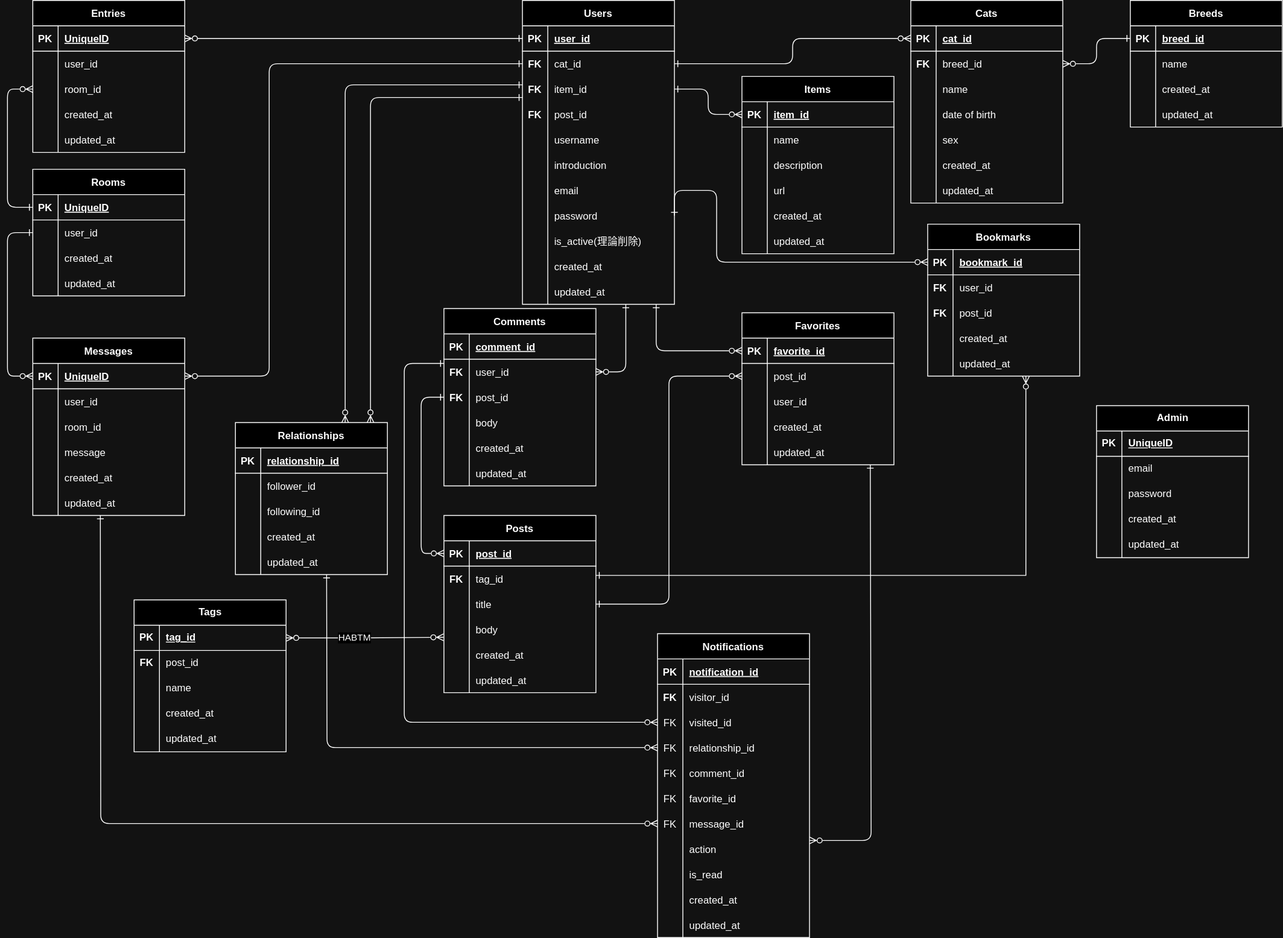
Before: app/assets/images/portforio101.drawio.svg, a diagram exported from draw.io (Tsmore/Portfolio101). Source tidied: cells renumbered, new cells last; positions are measured from the earlier drawing's top-left corner, leaving out a move shared by most shapes.
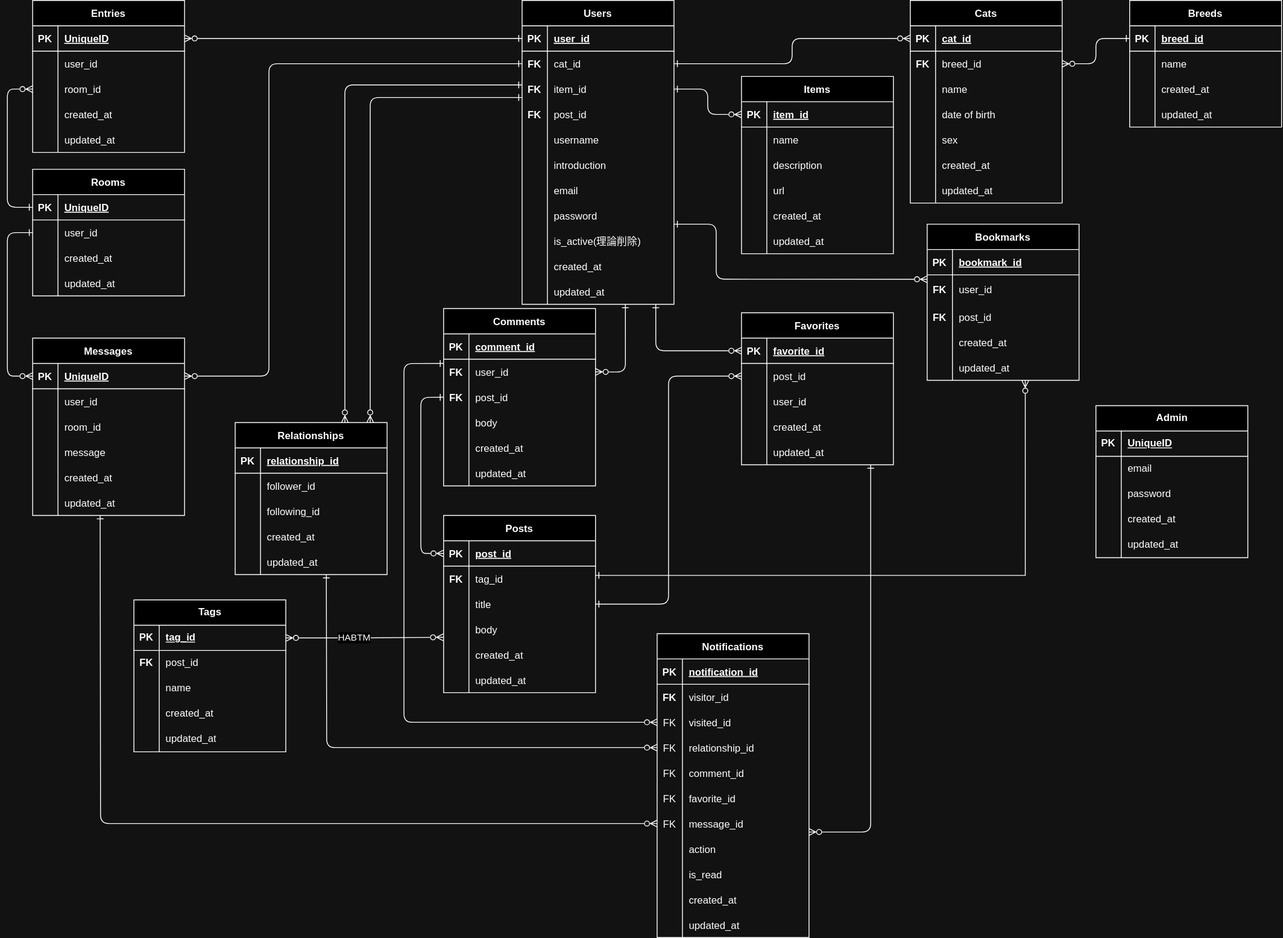
Above is the later version.

Commit message:
[fix] ER図の微調整

The edit, as a diff of the source:
```diff
@@ -579,7 +579,7 @@
       <mxGeometry x="30" width="150" height="30" as="geometry" />
     </mxCell>
     <mxCell id="194" value="Bookmarks" style="shape=table;startSize=30;rowLines=0;fontStyle=1;align=center;" parent="1" vertex="1">
-      <mxGeometry x="1090" y="265" width="180" height="180" as="geometry" />
+      <mxGeometry x="1090" y="265" width="180" height="185" as="geometry" />
     </mxCell>
     <mxCell id="195" style="shape=tableRow;horizontal=0;startSize=0;swimlaneHead=0;swimlaneBody=0;fillColor=none;points=[[0,0.5],[1,0.5]];portConstraint=eastwest;top=0;left=0;right=0;bottom=1;" parent="194" vertex="1">
       <mxGeometry y="30" width="180" height="30" as="geometry" />
@@ -591,16 +591,16 @@
       <mxGeometry x="30" width="150" height="30" as="geometry" />
     </mxCell>
     <mxCell id="198" style="shape=tableRow;horizontal=0;startSize=0;swimlaneHead=0;swimlaneBody=0;fillColor=none;points=[[0,0.5],[1,0.5]];portConstraint=eastwest;top=0;left=0;right=0;bottom=0;" parent="194" vertex="1">
-      <mxGeometry y="60" width="180" height="30" as="geometry" />
+      <mxGeometry y="60" width="180" height="35" as="geometry" />
     </mxCell>
     <mxCell id="199" value="FK" style="shape=partialRectangle;fillColor=none;top=0;left=0;bottom=0;right=0;overflow=hidden;fontStyle=1;" parent="198" vertex="1">
-      <mxGeometry width="30" height="30" as="geometry" />
+      <mxGeometry width="30" height="35" as="geometry" />
     </mxCell>
     <mxCell id="200" value="user_id" style="shape=partialRectangle;fillColor=none;top=0;left=0;bottom=0;right=0;align=left;spacingLeft=6;overflow=hidden;" parent="198" vertex="1">
-      <mxGeometry x="30" width="150" height="30" as="geometry" />
+      <mxGeometry x="30" width="150" height="35" as="geometry" />
     </mxCell>
     <mxCell id="201" style="shape=tableRow;horizontal=0;startSize=0;swimlaneHead=0;swimlaneBody=0;fillColor=none;top=0;left=0;right=0;bottom=0;" parent="194" vertex="1">
-      <mxGeometry y="90" width="180" height="30" as="geometry" />
+      <mxGeometry y="95" width="180" height="30" as="geometry" />
     </mxCell>
     <mxCell id="202" value="FK" style="shape=partialRectangle;fillColor=none;top=0;left=0;bottom=0;right=0;overflow=hidden;fontStyle=1;" parent="201" vertex="1">
       <mxGeometry width="30" height="30" as="geometry" />
@@ -609,7 +609,7 @@
       <mxGeometry x="30" width="150" height="30" as="geometry" />
     </mxCell>
     <mxCell id="204" style="shape=tableRow;horizontal=0;startSize=0;swimlaneHead=0;swimlaneBody=0;fillColor=none;top=0;left=0;right=0;bottom=0;" parent="194" vertex="1">
-      <mxGeometry y="120" width="180" height="30" as="geometry" />
+      <mxGeometry y="125" width="180" height="30" as="geometry" />
     </mxCell>
     <mxCell id="205" style="shape=partialRectangle;fillColor=none;top=0;left=0;bottom=0;right=0;overflow=hidden;fontStyle=1;" parent="204" vertex="1">
       <mxGeometry width="30" height="30" as="geometry" />
@@ -618,7 +618,7 @@
       <mxGeometry x="30" width="150" height="30" as="geometry" />
     </mxCell>
     <mxCell id="207" style="shape=tableRow;horizontal=0;startSize=0;swimlaneHead=0;swimlaneBody=0;fillColor=none;points=[[0,0.5],[1,0.5]];portConstraint=eastwest;top=0;left=0;right=0;bottom=0;" parent="194" vertex="1">
-      <mxGeometry y="150" width="180" height="30" as="geometry" />
+      <mxGeometry y="155" width="180" height="30" as="geometry" />
     </mxCell>
     <mxCell id="208" style="shape=partialRectangle;fillColor=none;top=0;left=0;bottom=0;right=0;overflow=hidden;fontStyle=1;" parent="207" vertex="1">
       <mxGeometry width="30" height="30" as="geometry" />
@@ -812,11 +812,13 @@
     <mxCell id="266" style="edgeStyle=orthogonalEdgeStyle;html=1;exitX=0;exitY=0.5;exitDx=0;exitDy=0;startArrow=ERzeroToMany;startFill=0;endArrow=ERone;endFill=0;entryX=0.88;entryY=1;entryDx=0;entryDy=0;entryPerimeter=0;" parent="1" edge="1" source="179" target="33">
       <mxGeometry relative="1" as="geometry" />
     </mxCell>
-    <mxCell id="267" style="edgeStyle=orthogonalEdgeStyle;html=1;exitX=0;exitY=0.5;exitDx=0;exitDy=0;entryX=1;entryY=0.5;entryDx=0;entryDy=0;startArrow=ERzeroToMany;startFill=0;endArrow=ERone;endFill=0;" parent="1" edge="1" source="195" target="24">
+    <mxCell id="267" style="edgeStyle=orthogonalEdgeStyle;html=1;exitX=0;exitY=0.151;exitDx=0;exitDy=0;entryX=1;entryY=0.5;entryDx=0;entryDy=0;startArrow=ERzeroToMany;startFill=0;endArrow=ERone;endFill=0;exitPerimeter=0;" parent="1" edge="1" source="198">
       <mxGeometry relative="1" as="geometry">
+        <mxPoint x="790" y="265" as="targetPoint" />
         <Array as="points">
-          <mxPoint x="840" y="310" />
-          <mxPoint x="840" y="225" />
+          <mxPoint x="890" y="330" />
+          <mxPoint x="840" y="330" />
+          <mxPoint x="840" y="265" />
         </Array>
       </mxGeometry>
     </mxCell>
@@ -870,10 +872,10 @@
     </mxCell>
     <mxCell id="275" style="edgeStyle=orthogonalEdgeStyle;html=1;exitX=1;exitY=0.5;exitDx=0;exitDy=0;startArrow=ERzeroToMany;startFill=0;endArrow=ERone;endFill=0;" parent="1" edge="1">
       <mxGeometry relative="1" as="geometry">
-        <mxPoint x="950" y="995" as="sourcePoint" />
-        <mxPoint x="1022" y="550" as="targetPoint" />
+        <mxPoint x="950" y="985" as="sourcePoint" />
+        <mxPoint x="1023" y="550" as="targetPoint" />
         <Array as="points">
-          <mxPoint x="1023" y="995" />
+          <mxPoint x="1023" y="985" />
           <mxPoint x="1023" y="550" />
         </Array>
       </mxGeometry>
```
